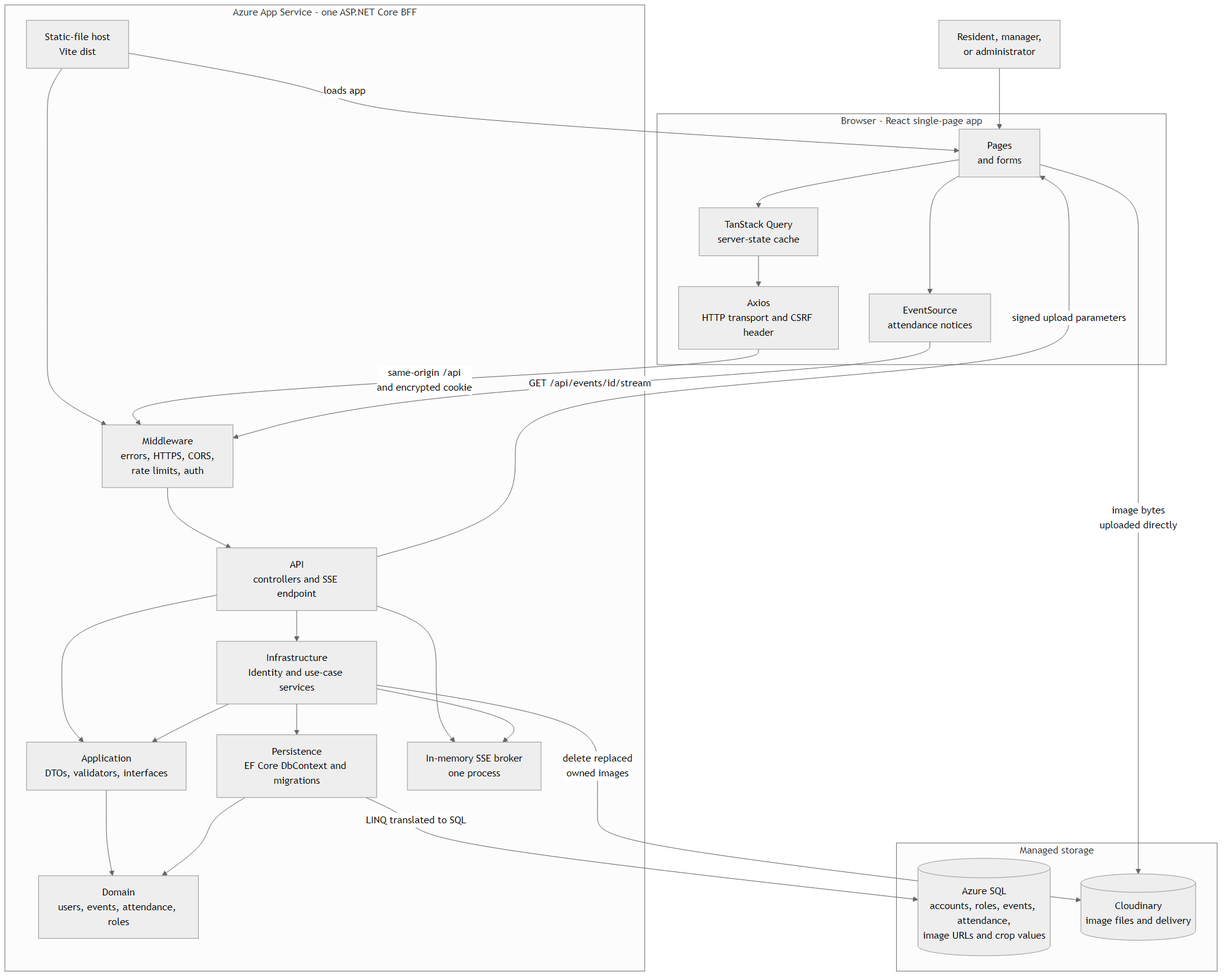
Victor-CS-Core/hoa-practice-project keeps this Mermaid diagram as HoaCommunityEvents/docs/diagrams/platform-bff-clean-architecture.png. Above is the earlier version. Its source is kept beside it as HoaCommunityEvents/docs/diagrams/platform-bff-clean-architecture.mmd. The source it was exported from:
```mermaid
flowchart TB
  USER["Resident, manager,<br/>or administrator"]

  subgraph Browser["Browser - React single-page app"]
    direction TB
    UI["Pages<br/>and forms"]
    TQ["TanStack Query<br/>server-state cache"]
    AX["Axios<br/>HTTP transport and CSRF header"]
    ES["EventSource<br/>attendance notices"]
    UI --> TQ
    TQ --> AX
    UI --> ES
  end

  subgraph APP["Azure App Service - one ASP.NET Core BFF"]
    direction TB
    STATIC["Static-file host<br/>Vite dist"]
    PIPE["Middleware<br/>errors, HTTPS, CORS,<br/>rate limits, auth"]
    API["API<br/>controllers and SSE endpoint"]
    APPLICATION["Application<br/>DTOs, validators, interfaces"]
    INFRA["Infrastructure<br/>Identity and use-case services"]
    PERSIST["Persistence<br/>EF Core DbContext and migrations"]
    DOMAIN["Domain<br/>users, events, attendance, roles"]
    BROKER["In-memory SSE broker<br/>one process"]

    STATIC --> PIPE
    PIPE --> API
    API --> APPLICATION
    API --> INFRA
    INFRA --> APPLICATION
    INFRA --> PERSIST
    APPLICATION --> DOMAIN
    PERSIST --> DOMAIN
    API --> BROKER
    INFRA --> BROKER
  end

  subgraph Storage["Managed storage"]
    direction LR
    SQL[("Azure SQL<br/>accounts, roles, events, attendance,<br/>image URLs and crop values")]
    CLOUD[("Cloudinary<br/>image files and delivery")]
  end

  USER --> UI
  STATIC -->|"loads app"| UI
  AX -->|"same-origin /api<br/>and encrypted cookie"| PIPE
  ES -->|"GET /api/events/id/stream"| PIPE
  PERSIST -->|"LINQ translated to SQL"| SQL
  API -->|"signed upload parameters"| UI
  UI -->|"image bytes<br/>uploaded directly"| CLOUD
  INFRA -->|"delete replaced<br/>owned images"| CLOUD
```
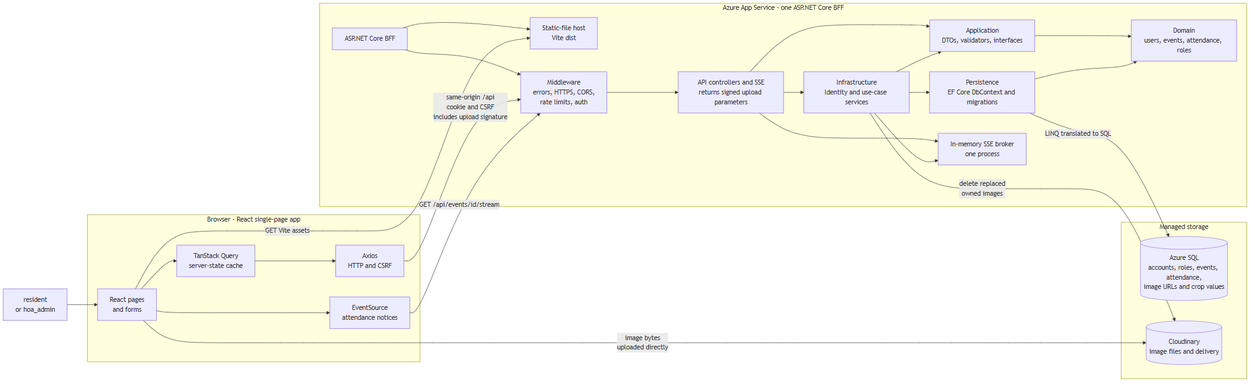
After the commit.

Commit message:
docs: correct architecture teaching details

Change to the diagram source:
```diff
@@ -1,11 +1,11 @@
-flowchart TB
-  USER["Resident, manager,<br/>or administrator"]
+flowchart LR
+  USER["resident<br/>or hoa_admin"]
 
   subgraph Browser["Browser - React single-page app"]
     direction TB
-    UI["Pages<br/>and forms"]
+    UI["React pages<br/>and forms"]
     TQ["TanStack Query<br/>server-state cache"]
-    AX["Axios<br/>HTTP transport and CSRF header"]
+    AX["Axios<br/>HTTP and CSRF"]
     ES["EventSource<br/>attendance notices"]
     UI --> TQ
     TQ --> AX
@@ -14,16 +14,18 @@
 
   subgraph APP["Azure App Service - one ASP.NET Core BFF"]
     direction TB
+    HOST["ASP.NET Core BFF"]
     STATIC["Static-file host<br/>Vite dist"]
     PIPE["Middleware<br/>errors, HTTPS, CORS,<br/>rate limits, auth"]
-    API["API<br/>controllers and SSE endpoint"]
+    API["API controllers and SSE<br/>returns signed upload parameters"]
     APPLICATION["Application<br/>DTOs, validators, interfaces"]
     INFRA["Infrastructure<br/>Identity and use-case services"]
     PERSIST["Persistence<br/>EF Core DbContext and migrations"]
     DOMAIN["Domain<br/>users, events, attendance, roles"]
     BROKER["In-memory SSE broker<br/>one process"]
 
-    STATIC --> PIPE
+    HOST --> STATIC
+    HOST --> PIPE
     PIPE --> API
     API --> APPLICATION
     API --> INFRA
@@ -42,10 +44,9 @@
   end
 
   USER --> UI
-  STATIC -->|"loads app"| UI
-  AX -->|"same-origin /api<br/>and encrypted cookie"| PIPE
+  UI -->|"GET Vite assets"| STATIC
+  AX -->|"same-origin /api<br/>cookie and CSRF<br/>includes upload signature"| PIPE
   ES -->|"GET /api/events/id/stream"| PIPE
   PERSIST -->|"LINQ translated to SQL"| SQL
-  API -->|"signed upload parameters"| UI
   UI -->|"image bytes<br/>uploaded directly"| CLOUD
   INFRA -->|"delete replaced<br/>owned images"| CLOUD
```
